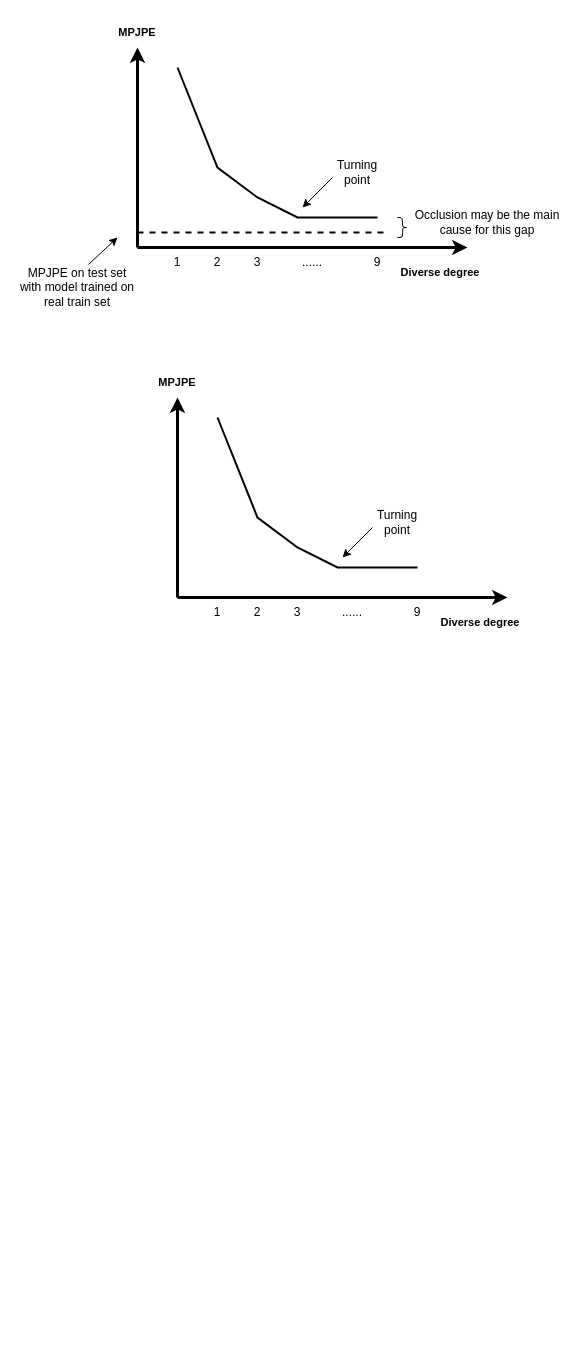
Earlier version of the draw.io diagram complex_degree.drawio (delaprada/draw.io). Source tidied: cells renumbered, new cells numbered last; positions are measured from the earlier drawing's top-left corner, leaving out a move shared by most shapes. Both pictures are drawn from the tidied source at 100%, with x=0, y=0 at pixel (17, 17).
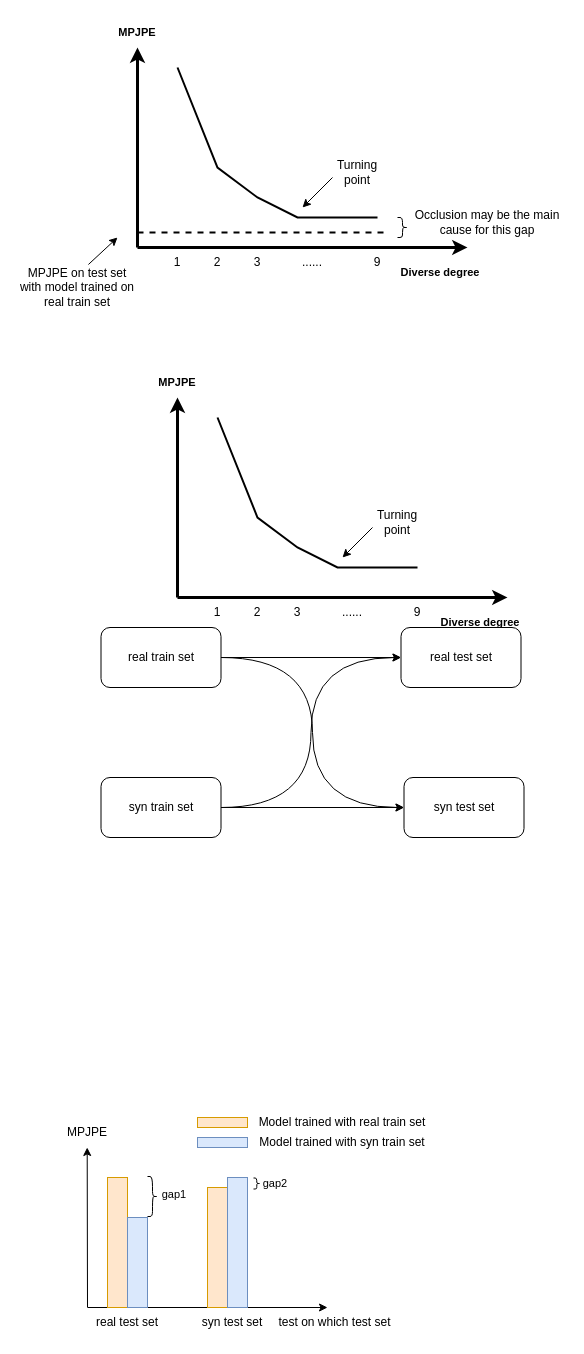
The same diagram, later.

Diff of the diagram source:
```diff
@@
+    <mxCell id="31" style="edgeStyle=orthogonalEdgeStyle;rounded=0;jettySize=auto;html=1;" parent="1" edge="1" source="33" target="37">
+      <mxGeometry relative="1" as="geometry" />
+    </mxCell>
+    <mxCell id="32" style="edgeStyle=orthogonalEdgeStyle;rounded=0;jettySize=auto;html=1;exitX=1;exitY=0.5;exitDx=0;exitDy=0;entryX=0;entryY=0.5;entryDx=0;entryDy=0;curved=1;" parent="1" edge="1" source="33" target="38">
+      <mxGeometry relative="1" as="geometry" />
+    </mxCell>
+    <mxCell id="33" value="real train set" style="rounded=1;whiteSpace=wrap;html=1;" parent="1" vertex="1">
+      <mxGeometry x="83.5" y="610" width="120" height="60" as="geometry" />
+    </mxCell>
+    <mxCell id="34" style="edgeStyle=orthogonalEdgeStyle;rounded=0;jettySize=auto;html=1;entryX=0;entryY=0.5;entryDx=0;entryDy=0;curved=1;" parent="1" edge="1" source="36" target="37">
+      <mxGeometry relative="1" as="geometry" />
+    </mxCell>
+    <mxCell id="35" style="edgeStyle=orthogonalEdgeStyle;rounded=0;jettySize=auto;html=1;" parent="1" edge="1" source="36" target="38">
+      <mxGeometry relative="1" as="geometry" />
+    </mxCell>
+    <mxCell id="36" value="syn train set" style="rounded=1;whiteSpace=wrap;html=1;" parent="1" vertex="1">
+      <mxGeometry x="83.5" y="760" width="120" height="60" as="geometry" />
+    </mxCell>
+    <mxCell id="37" value="real test set" style="rounded=1;whiteSpace=wrap;html=1;" parent="1" vertex="1">
+      <mxGeometry x="383.5" y="610" width="120" height="60" as="geometry" />
+    </mxCell>
+    <mxCell id="38" value="syn test set" style="rounded=1;whiteSpace=wrap;html=1;" parent="1" vertex="1">
+      <mxGeometry x="386.5" y="760" width="120" height="60" as="geometry" />
+    </mxCell>
+    <mxCell id="39" style="endArrow=classic;html=1;rounded=0;" parent="1" edge="1">
+      <mxGeometry relative="1" as="geometry">
+        <mxPoint x="70" y="1290" as="sourcePoint" />
+        <mxPoint x="69.7" y="1130" as="targetPoint" />
+      </mxGeometry>
+    </mxCell>
+    <mxCell id="40" style="endArrow=classic;html=1;rounded=0;" parent="1" edge="1">
+      <mxGeometry relative="1" as="geometry">
+        <mxPoint x="70.2" y="1290" as="sourcePoint" />
+        <mxPoint x="310" y="1290" as="targetPoint" />
+      </mxGeometry>
+    </mxCell>
+    <mxCell id="41" style="rounded=0;whiteSpace=wrap;html=1;fillColor=#ffe6cc;strokeColor=#d79b00;" parent="1" vertex="1">
+      <mxGeometry x="90" y="1160" width="20" height="130" as="geometry" />
+    </mxCell>
+    <mxCell id="42" value="MPJPE" style="text;html=1;strokeColor=none;fillColor=none;align=center;verticalAlign=middle;whiteSpace=wrap;rounded=0;" parent="1" vertex="1">
+      <mxGeometry x="40" y="1100" width="60" height="30" as="geometry" />
+    </mxCell>
+    <mxCell id="43" style="rounded=0;whiteSpace=wrap;html=1;fillColor=#dae8fc;strokeColor=#6c8ebf;" parent="1" vertex="1">
+      <mxGeometry x="110" y="1200" width="20" height="90" as="geometry" />
+    </mxCell>
+    <mxCell id="44" style="rounded=0;whiteSpace=wrap;html=1;fillColor=#ffe6cc;strokeColor=#d79b00;" parent="1" vertex="1">
+      <mxGeometry x="190" y="1170" width="20" height="120" as="geometry" />
+    </mxCell>
+    <mxCell id="45" style="rounded=0;whiteSpace=wrap;html=1;fillColor=#dae8fc;strokeColor=#6c8ebf;" parent="1" vertex="1">
+      <mxGeometry x="210" y="1160" width="20" height="130" as="geometry" />
+    </mxCell>
+    <mxCell id="46" value="real test set" style="text;html=1;strokeColor=none;fillColor=none;align=center;verticalAlign=middle;whiteSpace=wrap;rounded=0;" parent="1" vertex="1">
+      <mxGeometry x="65" y="1290" width="90" height="30" as="geometry" />
+    </mxCell>
+    <mxCell id="47" value="syn test set" style="text;html=1;strokeColor=none;fillColor=none;align=center;verticalAlign=middle;whiteSpace=wrap;rounded=0;" parent="1" vertex="1">
+      <mxGeometry x="170" y="1290" width="90" height="30" as="geometry" />
+    </mxCell>
+    <mxCell id="48" style="rounded=0;whiteSpace=wrap;html=1;fillColor=#ffe6cc;strokeColor=#d79b00;" parent="1" vertex="1">
+      <mxGeometry x="180" y="1100" width="50" height="10" as="geometry" />
+    </mxCell>
+    <mxCell id="49" style="rounded=0;whiteSpace=wrap;html=1;fillColor=#dae8fc;strokeColor=#6c8ebf;" parent="1" vertex="1">
+      <mxGeometry x="180" y="1120" width="50" height="10" as="geometry" />
+    </mxCell>
+    <mxCell id="50" value="test on which test set" style="text;html=1;strokeColor=none;fillColor=none;align=center;verticalAlign=middle;whiteSpace=wrap;rounded=0;" parent="1" vertex="1">
+      <mxGeometry x="253.5" y="1290" width="126.5" height="30" as="geometry" />
+    </mxCell>
+    <mxCell id="51" value="Model trained with real train set" style="text;html=1;strokeColor=none;fillColor=none;align=center;verticalAlign=middle;whiteSpace=wrap;rounded=0;" parent="1" vertex="1">
+      <mxGeometry x="230" y="1090" width="190" height="30" as="geometry" />
+    </mxCell>
+    <mxCell id="52" value="Model trained with syn train set" style="text;html=1;strokeColor=none;fillColor=none;align=center;verticalAlign=middle;whiteSpace=wrap;rounded=0;" parent="1" vertex="1">
+      <mxGeometry x="230" y="1110" width="190" height="30" as="geometry" />
+    </mxCell>
+    <mxCell id="53" style="shape=curlyBracket;whiteSpace=wrap;html=1;rounded=1;flipH=1;labelPosition=right;verticalLabelPosition=middle;align=left;verticalAlign=middle;size=0.4999999999999886;" parent="1" vertex="1">
+      <mxGeometry x="130" y="1159" width="10" height="40" as="geometry" />
+    </mxCell>
+    <mxCell id="54" value="&lt;font style=&quot;font-size: 11px;&quot;&gt;gap1&lt;/font&gt;" style="text;html=1;strokeColor=none;fillColor=none;align=center;verticalAlign=middle;whiteSpace=wrap;rounded=0;fontSize=10;" parent="1" vertex="1">
+      <mxGeometry x="142" y="1167" width="30" height="20" as="geometry" />
+    </mxCell>
+    <mxCell id="55" style="shape=curlyBracket;whiteSpace=wrap;html=1;rounded=1;flipH=1;labelPosition=right;verticalLabelPosition=middle;align=left;verticalAlign=middle;size=0.4999999999999886;" parent="1" vertex="1">
+      <mxGeometry x="236" y="1160.5" width="6.5" height="11" as="geometry" />
+    </mxCell>
+    <mxCell id="56" value="&lt;font style=&quot;font-size: 11px;&quot;&gt;gap2&lt;/font&gt;" style="text;html=1;strokeColor=none;fillColor=none;align=center;verticalAlign=middle;whiteSpace=wrap;rounded=0;fontSize=10;" parent="1" vertex="1">
+      <mxGeometry x="242.5" y="1156" width="30" height="20" as="geometry" />
+    </mxCell>
```
